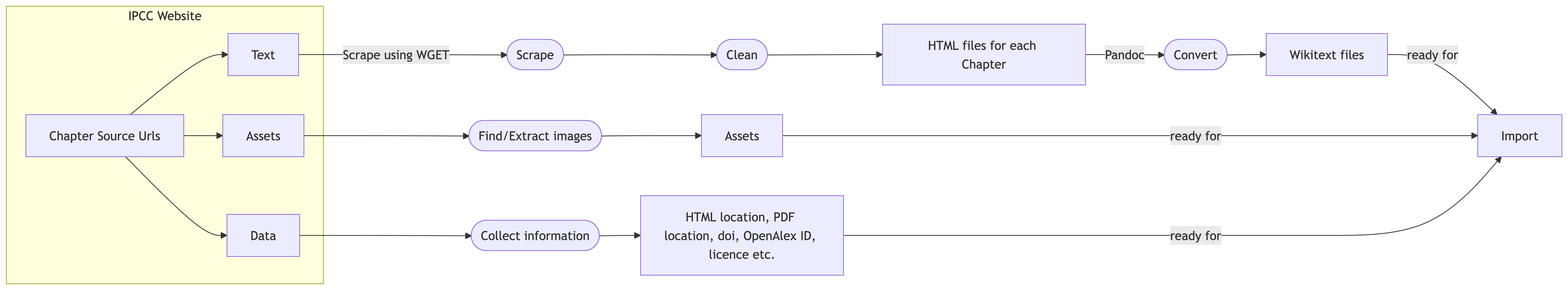
This is docs/images/scrape-system.png from TIBHannover/ClimateKG-Slides, a Mermaid export, as it was before one commit. Its source is kept beside it as diagrams/scrape-system.mmd. Source of this version:
```mermaid
graph LR
    subgraph IPCC Website
       C[Chapter Source Urls]
       C1[Text]
       C2[Assets]
       C3[Data]
    end
    D(["Scrape"])
    L(["Clean"])
    A(["Find/Extract images"])
    B(["Collect information"])
    E(["Convert"])
    F["HTML files for each Chapter"]
    G["Wikitext files"]
    H[Import]
    I[Assets]
    K[HTML location, PDF location, doi, OpenAlex ID, licence etc.]

    C --> C1
    C --> C2
    C --> C3

    C1 --> |Scrape using WGET| D
    D --> L
    L --> F
    F -->|Pandoc| E
    E --> G
    G -->|ready for| H

    C2 --> A
    A --> I
    I -->|ready for| H

    C3 --> B
    B --> K
    K -->|ready for| H
```
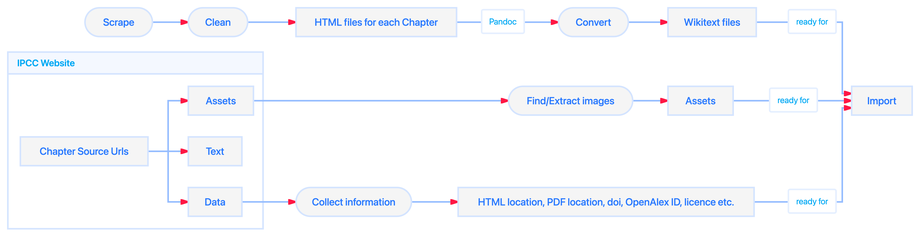
After the commit.

What changed in the source:
```diff
@@ -23,7 +23,7 @@
     C1 --> |Scrape using WGET| D
     D --> L
     L --> F
-    F -->|Pandoc| E
+    F -->|Convert using Pandoc| E
     E --> G
     G -->|ready for| H
 
```
